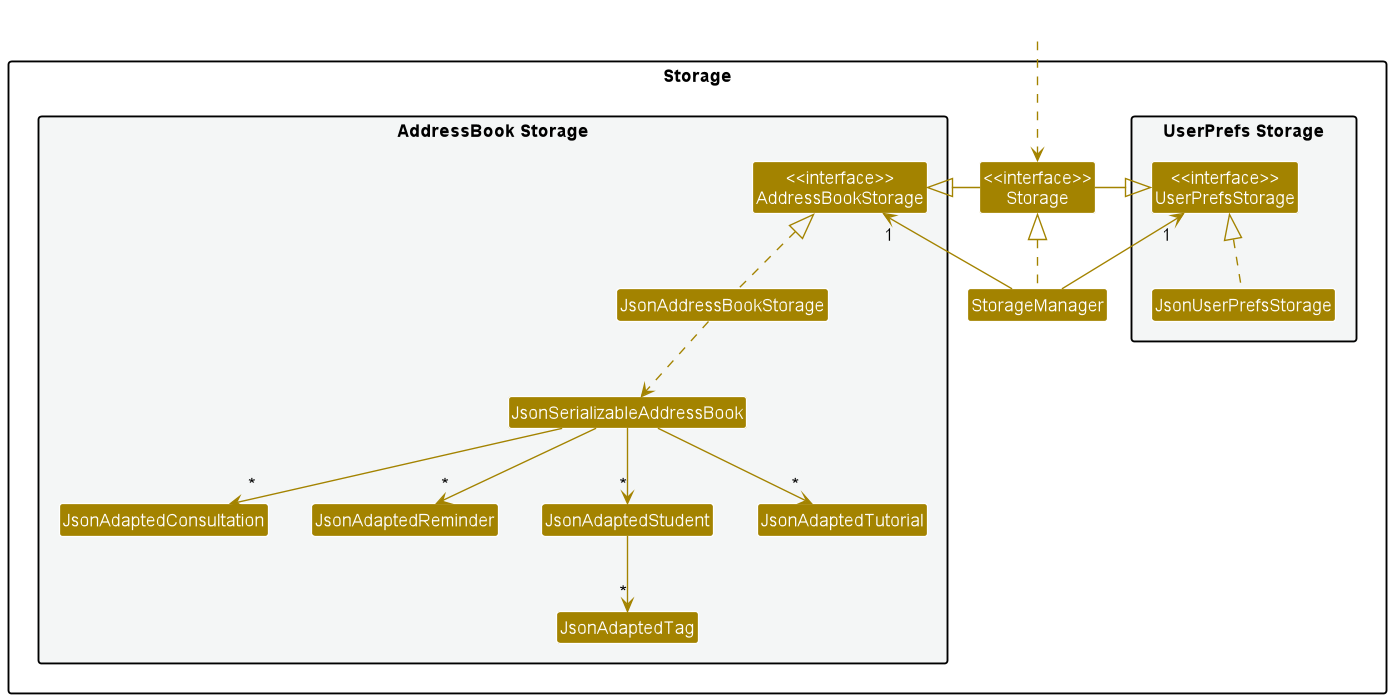
The PlantUML diagram docs/images/StorageClassDiagram.png in nus-cs2103-AY2223S1/tp, before a commit. Its source is kept beside it as docs/diagrams/StorageClassDiagram.puml.
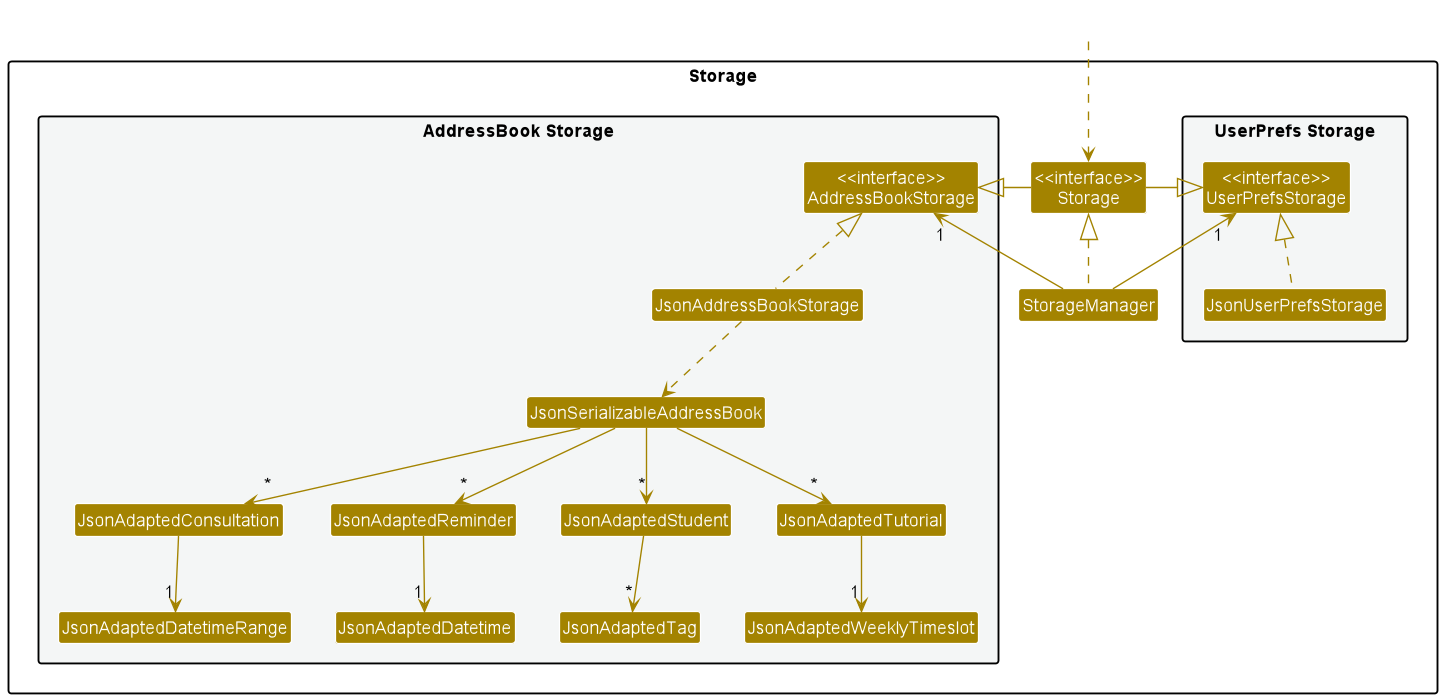
After the commit.

Commit message:
Fix storage diagram

What changed in the source:
```diff
@@ -23,6 +23,9 @@
 Class JsonAdaptedReminder
 Class JsonAdaptedStudent
 Class JsonAdaptedTutorial
+Class JsonAdaptedDatetime
+Class JsonAdaptedDatetimeRange
+Class JsonAdaptedWeeklyTimeslot
 }
 
 }
@@ -43,7 +46,10 @@
 JsonSerializableAddressBook --> "*" JsonAdaptedStudent
 JsonAdaptedStudent --> "*" JsonAdaptedTag
 JsonSerializableAddressBook --> "*" JsonAdaptedTutorial
+JsonAdaptedTutorial --> "1" JsonAdaptedWeeklyTimeslot
 JsonSerializableAddressBook --> "*" JsonAdaptedConsultation
+JsonAdaptedConsultation --> "1" JsonAdaptedDatetimeRange
 JsonSerializableAddressBook --> "*" JsonAdaptedReminder
+JsonAdaptedReminder --> "1" JsonAdaptedDatetime
 
 @enduml
```
